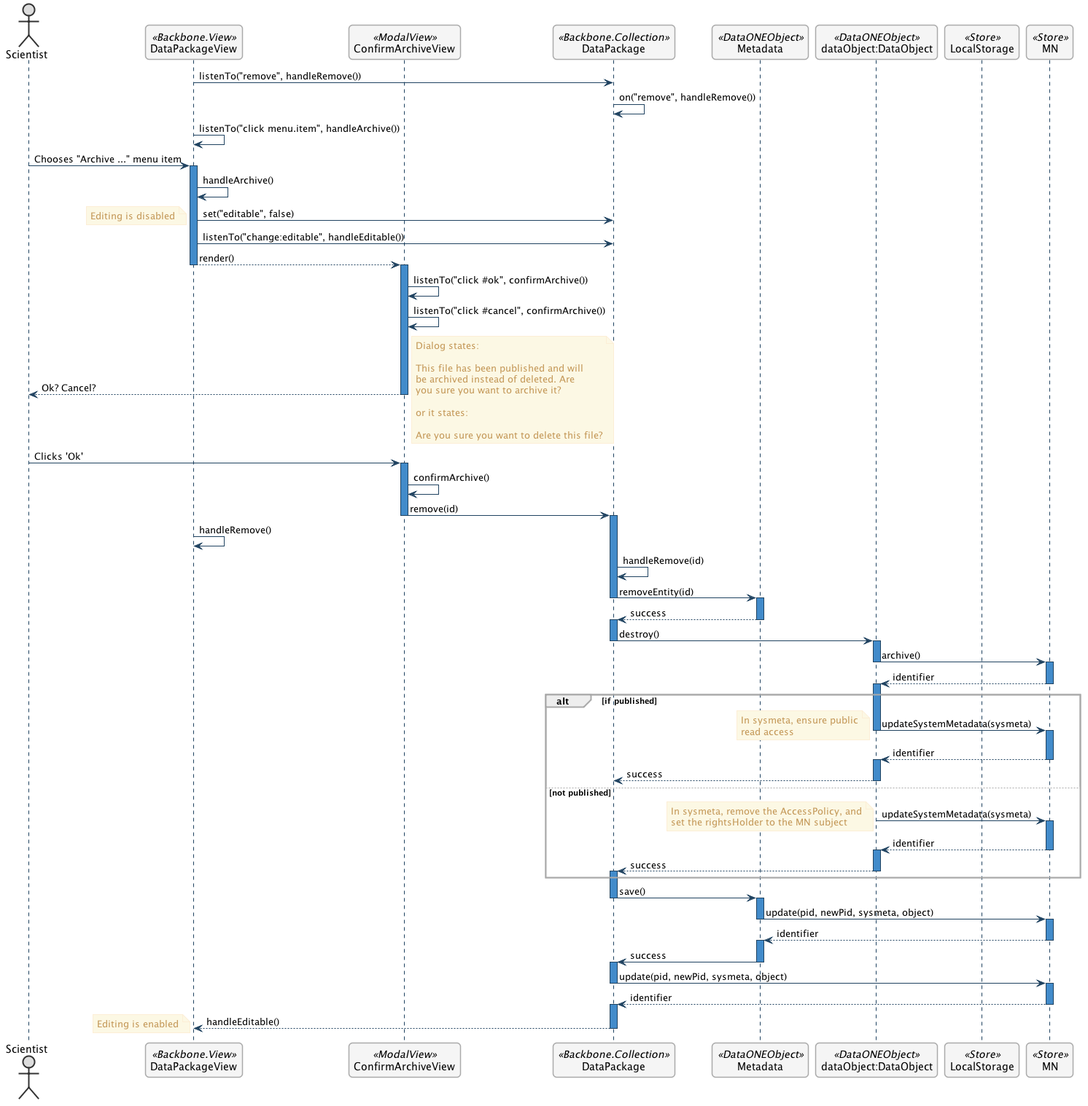
Earlier version of the PlantUML export metacatui/docs/design/editor/use-cases/images/remove-a-file-sequence-diagram.png (NCEAS/metacatui).
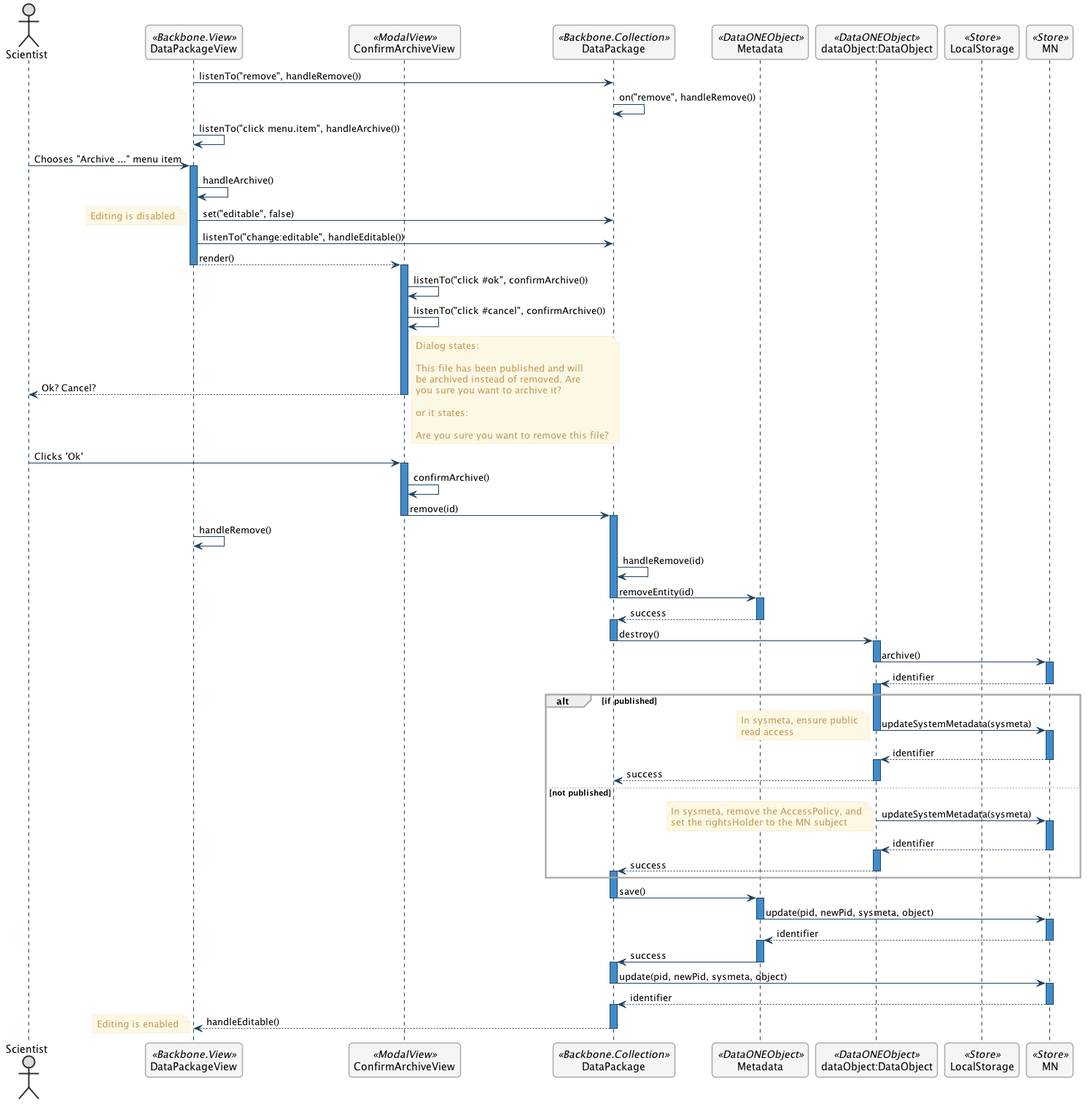
Above is the later version.

Commit message:
Use 'remove' instead of 'delete' when confirming.

refs https://projects.ecoinformatics.org/ecoinfo/issues/7046

The edit, as a diff of the source:
```diff
@@ -66,12 +66,12 @@
       Dialog states:
 
       This file has been published and will
-      be archived instead of deleted. Are
+      be archived instead of removed. Are
       you sure you want to archive it?
 
       or it states:
 
-      Are you sure you want to delete this file?
+      Are you sure you want to remove this file?
     end note
   deactivate ConfirmArchiveView
 
```
